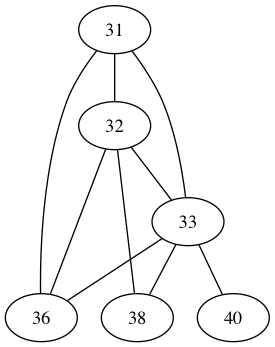
The Graphviz diagram resources/programs/test018lra.png in jsrikrishna/compiler-241, before a commit. Its source is kept beside it as resources/programs/test018lra.dot. Its diagram source:
```dot
strict graph{
31 -- 32
32 -- 33
31 -- 33
32 -- 36
33 -- 36
31 -- 36
32 -- 38
33 -- 38
33 -- 40
}
```
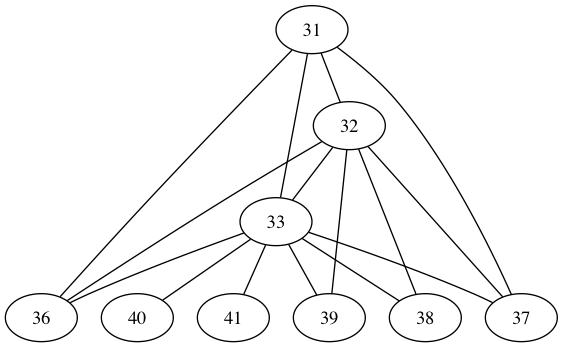
The same file after the commit.

The edit, as a diff of the source:
```diff
@@ -5,7 +5,13 @@
 32 -- 36
 33 -- 36
 31 -- 36
+32 -- 37
+33 -- 37
+31 -- 37
 32 -- 38
 33 -- 38
+32 -- 39
+33 -- 39
 33 -- 40
+33 -- 41
 }
```
